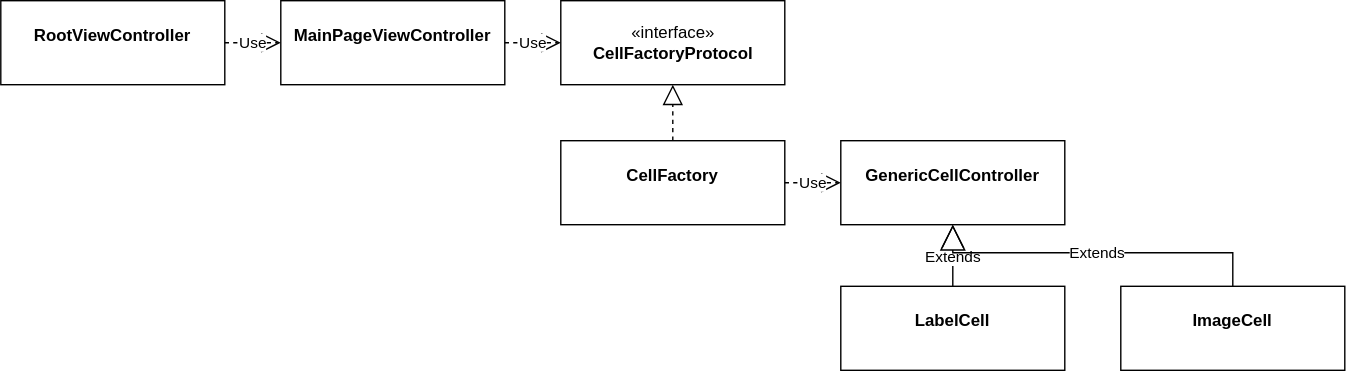
The draw.io diagram myTableViewFactory/Note/class-layout.drawio.svg in taitty/SwiftPractice, before a commit. Source tidied: cells renumbered, new cells last; positions are measured from the earlier drawing's top-left corner, leaving out a move shared by most shapes.
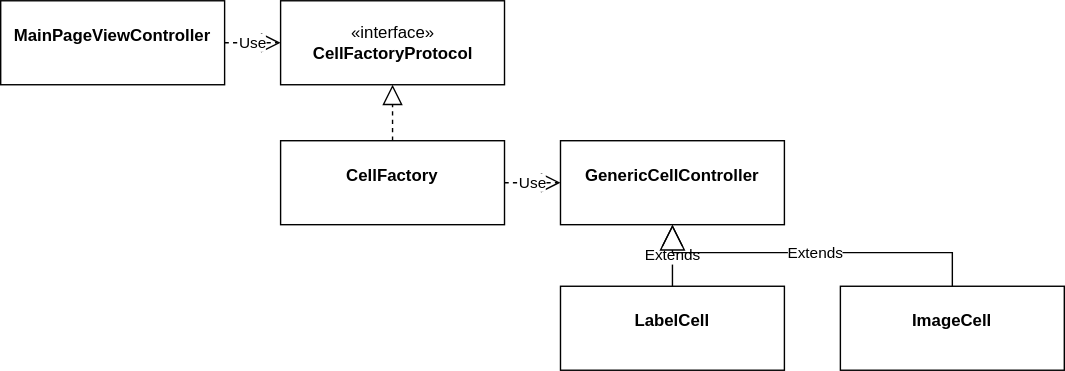
Above is the later version.

What changed in the source:
```diff
@@ -2,9 +2,6 @@
   <root>
     <mxCell id="0" />
     <mxCell id="1" parent="0" />
-    <mxCell id="2" value="&lt;p style=&quot;margin: 0px ; margin-top: 4px ; text-align: center&quot;&gt;&lt;br&gt;&lt;b&gt;RootViewController&lt;/b&gt;&lt;/p&gt;" style="verticalAlign=top;align=left;overflow=fill;fontSize=12;fontFamily=Helvetica;html=1;" parent="1" vertex="1">
-      <mxGeometry width="160" height="60" as="geometry" />
-    </mxCell>
     <mxCell id="3" value="&lt;p style=&quot;margin: 0px ; margin-top: 4px ; text-align: center&quot;&gt;&lt;br&gt;&lt;b&gt;MainPageViewController&lt;/b&gt;&lt;/p&gt;" style="verticalAlign=top;align=left;overflow=fill;fontSize=12;fontFamily=Helvetica;html=1;" parent="1" vertex="1">
       <mxGeometry x="200" width="160" height="60" as="geometry" />
     </mxCell>
@@ -26,9 +23,6 @@
     <mxCell id="9" value="&lt;p style=&quot;margin: 0px ; margin-top: 4px ; text-align: center&quot;&gt;&lt;br&gt;&lt;b&gt;ImageCell&lt;/b&gt;&lt;/p&gt;" style="verticalAlign=top;align=left;overflow=fill;fontSize=12;fontFamily=Helvetica;html=1;" parent="1" vertex="1">
       <mxGeometry x="800" y="204" width="160" height="60" as="geometry" />
     </mxCell>
-    <mxCell id="10" value="Use" style="endArrow=open;endSize=12;dashed=1;html=1;rounded=0;exitX=1;exitY=0.5;exitDx=0;exitDy=0;entryX=0;entryY=0.5;entryDx=0;entryDy=0;" parent="1" edge="1" source="2" target="3">
-      <mxGeometry relative="1" as="geometry" />
-    </mxCell>
     <mxCell id="11" value="Use" style="endArrow=open;endSize=12;dashed=1;html=1;rounded=0;exitX=1;exitY=0.5;exitDx=0;exitDy=0;entryX=0;entryY=0.5;entryDx=0;entryDy=0;" parent="1" edge="1" source="5" target="7">
       <mxGeometry relative="1" as="geometry" />
     </mxCell>
```
